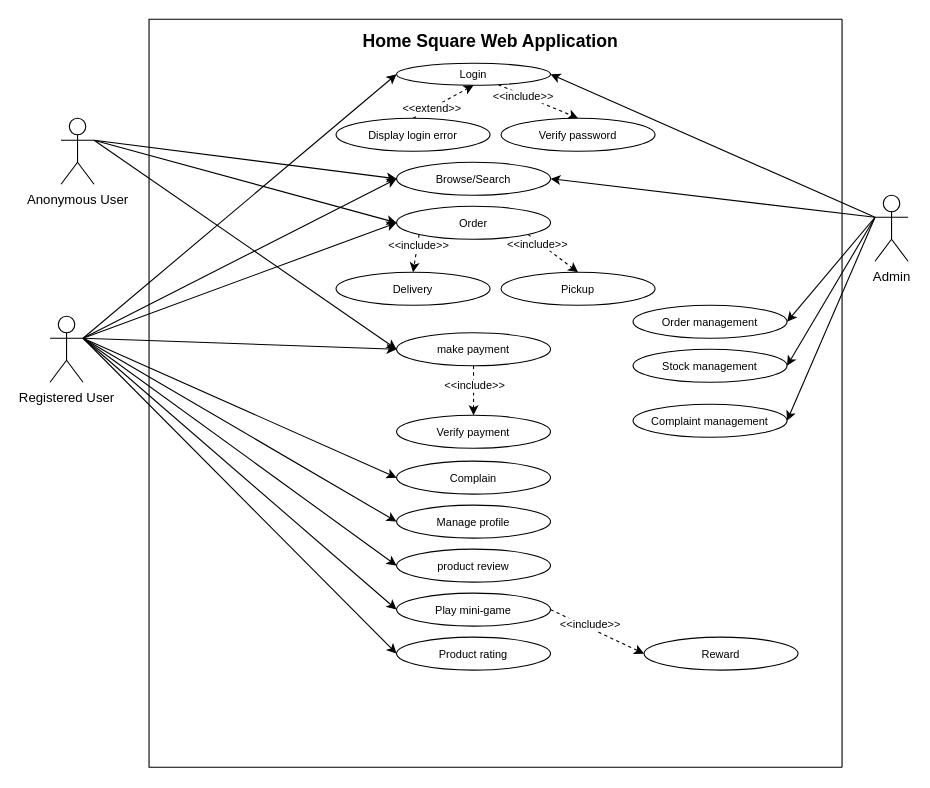
This is usecase.drawio from Wavergg/721SoftwareEngineering, a draw.io file, before an edit. Source tidied: cells renumbered, new cells numbered last; positions are measured from the earlier drawing's top-left corner, leaving out a move shared by most shapes. Both pictures are drawn from the tidied source at 110%, with x=0, y=0 at pixel (50, 19).
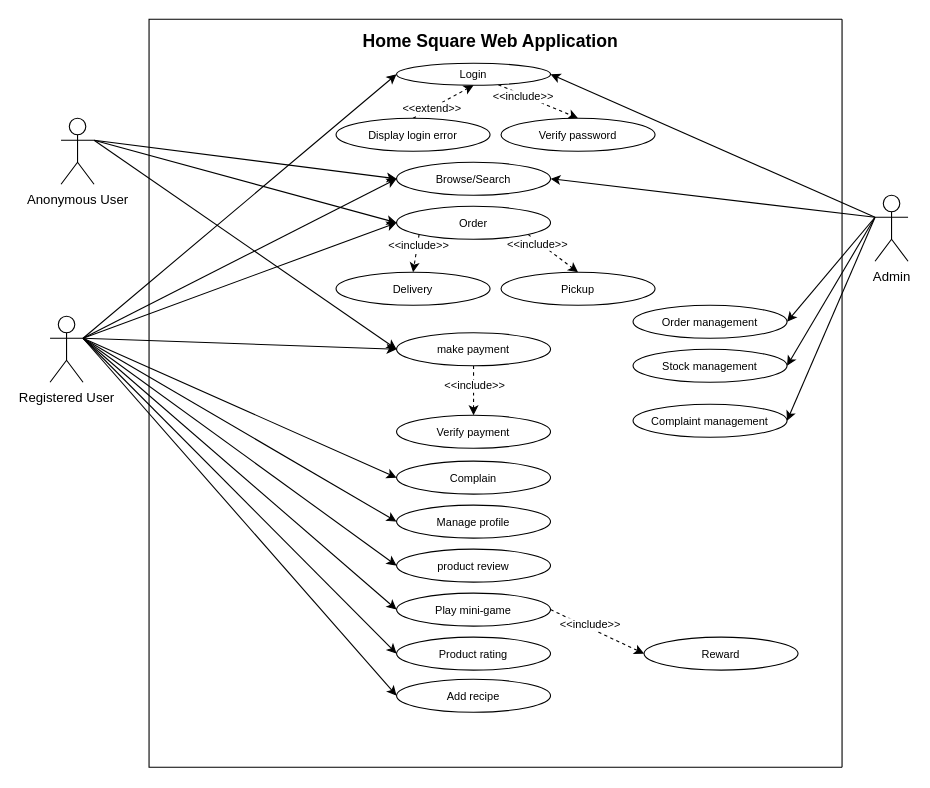
The same page after the edit.

The change refers to these unchanged cells:
```xml
<mxCell id="21" value="Registered User" style="shape=umlActor;verticalLabelPosition=bottom;verticalAlign=top;html=1;outlineConnect=0;" parent="1" vertex="1">
  <mxGeometry y="270" width="30" height="60" as="geometry" />
</mxCell>
```

The edit, as a diff of the source:
```diff
@@
+    <mxCell id="55" style="edgeStyle=none;rounded=0;jettySize=auto;html=1;exitX=1;exitY=0.3333333333333333;exitDx=0;exitDy=0;exitPerimeter=0;entryX=0;entryY=0.5;entryDx=0;entryDy=0;fontSize=10;" parent="1" edge="1" source="21" target="56">
+      <mxGeometry relative="1" as="geometry" />
+    </mxCell>
@@
+    <mxCell id="56" value="Add recipe" style="ellipse;whiteSpace=wrap;html=1;fontSize=10;" parent="1" vertex="1">
+      <mxGeometry x="315" y="600" width="140" height="30" as="geometry" />
+    </mxCell>
```
